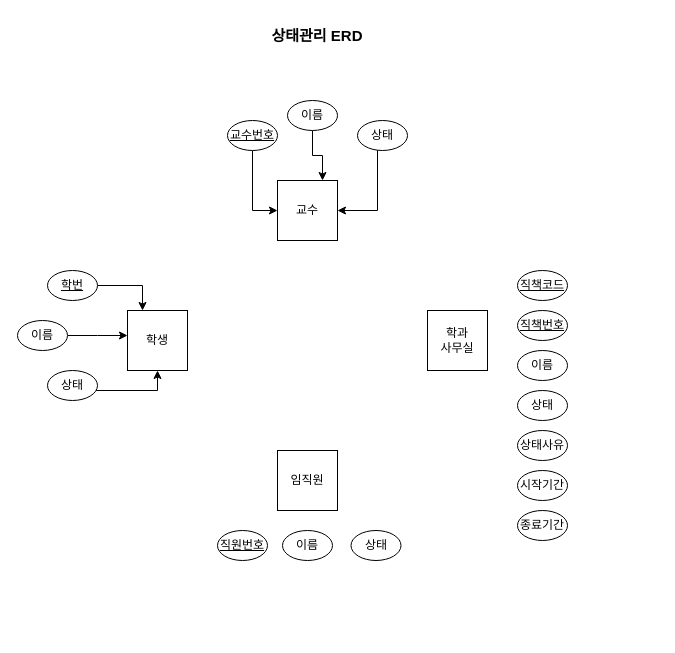
y0y00700/WebPractice keeps this draw.io diagram as 재직, 재학에 따른 상태 관리.drawio. Above is the earlier version. Source tidied: cells renumbered, new cells numbered last; positions are measured from the earlier drawing's top-left corner, leaving out a move shared by most shapes. Both pictures are drawn from the tidied source at 100%, with x=0, y=0 at pixel (17, 20).
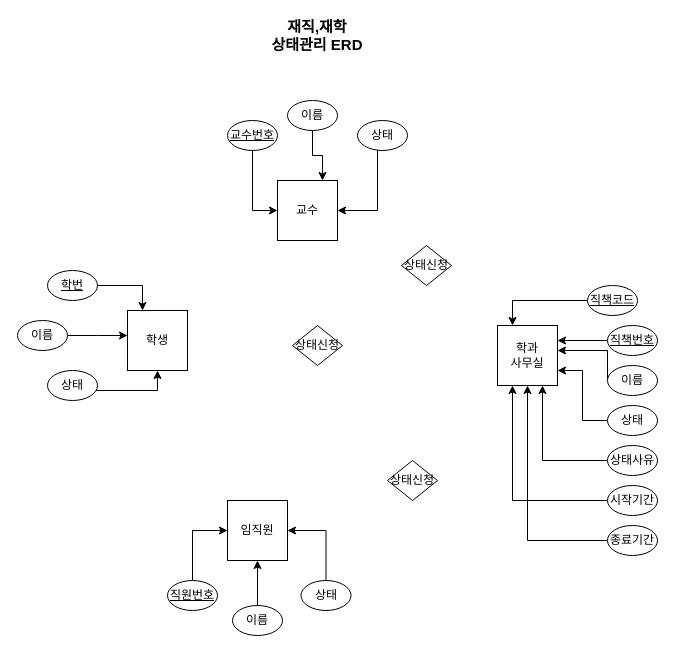
After the change.

Commit message (it also covers changes not shown here):
재직, 재학에 따른 상태 관리.drawio 업데이트

What changed in the source:
```diff
@@
     <mxCell id="3" value="임직원" style="whiteSpace=wrap;html=1;" parent="1" vertex="1">
-      <mxGeometry x="260" y="430" width="60" height="60" as="geometry" />
+      <mxGeometry x="210" y="480" width="60" height="60" as="geometry" />
     </mxCell>
@@
     <mxCell id="5" value="학과&lt;br&gt;사무실" style="whiteSpace=wrap;html=1;" parent="1" vertex="1">
-      <mxGeometry x="410" y="290" width="60" height="60" as="geometry" />
+      <mxGeometry x="480" y="305" width="60" height="60" as="geometry" />
     </mxCell>
+    <mxCell id="29" style="edgeStyle=orthogonalEdgeStyle;rounded=0;jettySize=auto;html=1;entryX=1;entryY=0.75;entryDx=0;entryDy=0;" parent="1" edge="1" source="6" target="5">
+      <mxGeometry relative="1" as="geometry" />
+    </mxCell>
     <mxCell id="6" value="상태" style="ellipse;whiteSpace=wrap;html=1;" parent="1" vertex="1">
-      <mxGeometry x="500" y="370" width="50" height="30" as="geometry" />
+      <mxGeometry x="590" y="385" width="50" height="30" as="geometry" />
     </mxCell>
+    <mxCell id="30" style="edgeStyle=orthogonalEdgeStyle;rounded=0;jettySize=auto;html=1;entryX=0.25;entryY=0;entryDx=0;entryDy=0;" parent="1" edge="1" source="7" target="5">
+      <mxGeometry relative="1" as="geometry" />
+    </mxCell>
     <mxCell id="7" value="직책코드" style="ellipse;whiteSpace=wrap;html=1;fontStyle=4;" parent="1" vertex="1">
-      <mxGeometry x="500" y="250" width="50" height="30" as="geometry" />
+      <mxGeometry x="570" y="265" width="50" height="30" as="geometry" />
     </mxCell>
+    <mxCell id="31" style="edgeStyle=orthogonalEdgeStyle;rounded=0;jettySize=auto;html=1;entryX=1;entryY=0.25;entryDx=0;entryDy=0;" parent="1" edge="1" source="8" target="5">
+      <mxGeometry relative="1" as="geometry" />
+    </mxCell>
     <mxCell id="8" value="직책번호" style="ellipse;whiteSpace=wrap;html=1;fontStyle=4;" parent="1" vertex="1">
-      <mxGeometry x="500" y="290" width="50" height="30" as="geometry" />
+      <mxGeometry x="590" y="305" width="50" height="30" as="geometry" />
     </mxCell>
+    <mxCell id="32" style="edgeStyle=orthogonalEdgeStyle;rounded=0;jettySize=auto;html=1;entryX=0.75;entryY=1;entryDx=0;entryDy=0;" parent="1" edge="1" source="9" target="5">
+      <mxGeometry relative="1" as="geometry" />
+    </mxCell>
     <mxCell id="9" value="상태사유" style="ellipse;whiteSpace=wrap;html=1;" parent="1" vertex="1">
-      <mxGeometry x="500" y="410" width="50" height="30" as="geometry" />
+      <mxGeometry x="590" y="425" width="50" height="30" as="geometry" />
     </mxCell>
+    <mxCell id="33" style="edgeStyle=orthogonalEdgeStyle;rounded=0;jettySize=auto;html=1;entryX=0;entryY=0.5;entryDx=0;entryDy=0;exitX=0.5;exitY=0;exitDx=0;exitDy=0;" parent="1" edge="1" source="10" target="3">
+      <mxGeometry relative="1" as="geometry" />
+    </mxCell>
     <mxCell id="10" value="직원번호" style="ellipse;whiteSpace=wrap;html=1;fontStyle=4;" parent="1" vertex="1">
-      <mxGeometry x="200" y="510" width="50" height="30" as="geometry" />
+      <mxGeometry x="150" y="560" width="50" height="30" as="geometry" />
     </mxCell>
+    <mxCell id="34" style="edgeStyle=orthogonalEdgeStyle;rounded=0;jettySize=auto;html=1;" parent="1" edge="1" source="11" target="3">
+      <mxGeometry relative="1" as="geometry" />
+    </mxCell>
     <mxCell id="11" value="이름" style="ellipse;whiteSpace=wrap;html=1;" parent="1" vertex="1">
-      <mxGeometry x="265" y="510" width="50" height="30" as="geometry" />
+      <mxGeometry x="215" y="585" width="50" height="30" as="geometry" />
     </mxCell>
+    <mxCell id="35" style="edgeStyle=orthogonalEdgeStyle;rounded=0;jettySize=auto;html=1;" parent="1" edge="1" source="12">
+      <mxGeometry relative="1" as="geometry">
+        <mxPoint x="270" y="510" as="targetPoint" />
+        <Array as="points">
+          <mxPoint x="309" y="510" />
+        </Array>
+      </mxGeometry>
+    </mxCell>
     <mxCell id="12" value="상태" style="ellipse;whiteSpace=wrap;html=1;" parent="1" vertex="1">
-      <mxGeometry x="333.5" y="510" width="50" height="30" as="geometry" />
+      <mxGeometry x="283.5" y="560" width="50" height="30" as="geometry" />
     </mxCell>
@@
+    <mxCell id="36" style="edgeStyle=orthogonalEdgeStyle;rounded=0;jettySize=auto;html=1;entryX=0.25;entryY=1;entryDx=0;entryDy=0;" parent="1" edge="1" source="19" target="5">
+      <mxGeometry relative="1" as="geometry" />
+    </mxCell>
     <mxCell id="19" value="시작기간" style="ellipse;whiteSpace=wrap;html=1;" parent="1" vertex="1">
-      <mxGeometry x="500" y="450" width="50" height="30" as="geometry" />
+      <mxGeometry x="590" y="465" width="50" height="30" as="geometry" />
     </mxCell>
+    <mxCell id="37" style="edgeStyle=orthogonalEdgeStyle;rounded=0;jettySize=auto;html=1;entryX=0.5;entryY=1;entryDx=0;entryDy=0;" parent="1" edge="1" source="20" target="5">
+      <mxGeometry relative="1" as="geometry" />
+    </mxCell>
     <mxCell id="20" value="종료기간" style="ellipse;whiteSpace=wrap;html=1;" parent="1" vertex="1">
-      <mxGeometry x="500" y="490" width="50" height="30" as="geometry" />
+      <mxGeometry x="590" y="505" width="50" height="30" as="geometry" />
     </mxCell>
@@
-    <mxCell id="27" value="&lt;b style=&quot;font-size: 15px;&quot;&gt;상태관리 ERD&lt;/b&gt;" style="text;html=1;strokeColor=none;fillColor=none;align=center;verticalAlign=middle;whiteSpace=wrap;rounded=0;fontSize=15;" parent="1" vertex="1">
+    <mxCell id="27" value="&lt;b style=&quot;font-size: 15px;&quot;&gt;재직,재학&lt;br&gt;상태관리 ERD&lt;/b&gt;" style="text;html=1;strokeColor=none;fillColor=none;align=center;verticalAlign=middle;whiteSpace=wrap;rounded=0;fontSize=15;" parent="1" vertex="1">
       <mxGeometry x="240" width="120" height="30" as="geometry" />
     </mxCell>
+    <mxCell id="38" style="edgeStyle=orthogonalEdgeStyle;rounded=0;jettySize=auto;html=1;exitX=0;exitY=0.5;exitDx=0;exitDy=0;" parent="1" edge="1" source="28">
+      <mxGeometry relative="1" as="geometry">
+        <mxPoint x="540" y="330" as="targetPoint" />
+        <Array as="points">
+          <mxPoint x="590" y="330" />
+          <mxPoint x="540" y="330" />
+        </Array>
+      </mxGeometry>
+    </mxCell>
     <mxCell id="28" value="이름" style="ellipse;whiteSpace=wrap;html=1;fontStyle=0;" parent="1" vertex="1">
-      <mxGeometry x="500" y="330" width="50" height="30" as="geometry" />
+      <mxGeometry x="590" y="345" width="50" height="30" as="geometry" />
     </mxCell>
+    <mxCell id="39" value="상태신청" style="rhombus;whiteSpace=wrap;html=1;" parent="1" vertex="1">
+      <mxGeometry x="384" y="225" width="50" height="40" as="geometry" />
+    </mxCell>
+    <mxCell id="40" value="상태신청" style="rhombus;whiteSpace=wrap;html=1;" parent="1" vertex="1">
+      <mxGeometry x="275" y="305" width="50" height="40" as="geometry" />
+    </mxCell>
+    <mxCell id="41" value="상태신청" style="rhombus;whiteSpace=wrap;html=1;" parent="1" vertex="1">
+      <mxGeometry x="370" y="440" width="50" height="40" as="geometry" />
+    </mxCell>
```
